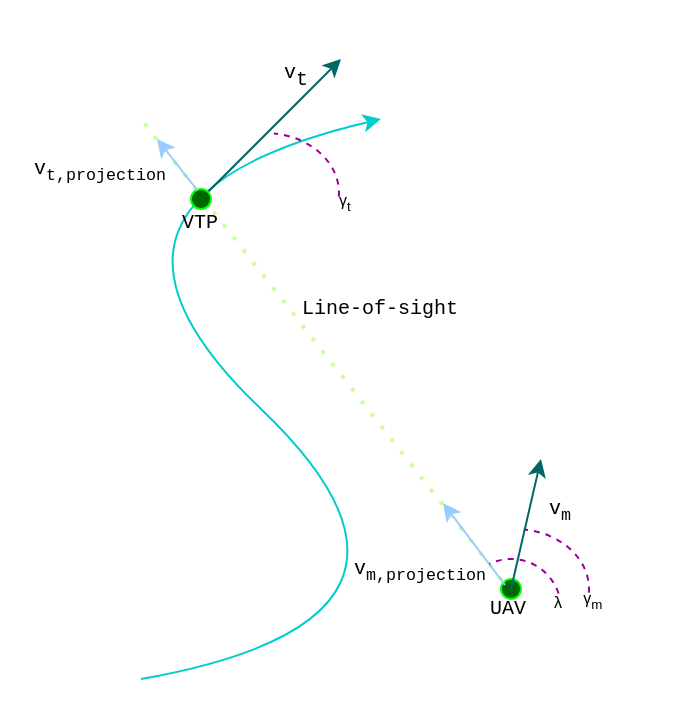
Earlier version of the draw.io diagram docs/src/vtp_angles.drawio (anujaya-seresinghe/trajectory-control-vtp-los-angle). Source tidied: cells renumbered, new cells numbered last; positions are measured from the earlier drawing's top-left corner, leaving out a move shared by most shapes. Both pictures are drawn from the tidied source at 200%, with x=0, y=0 at pixel (40, 44).
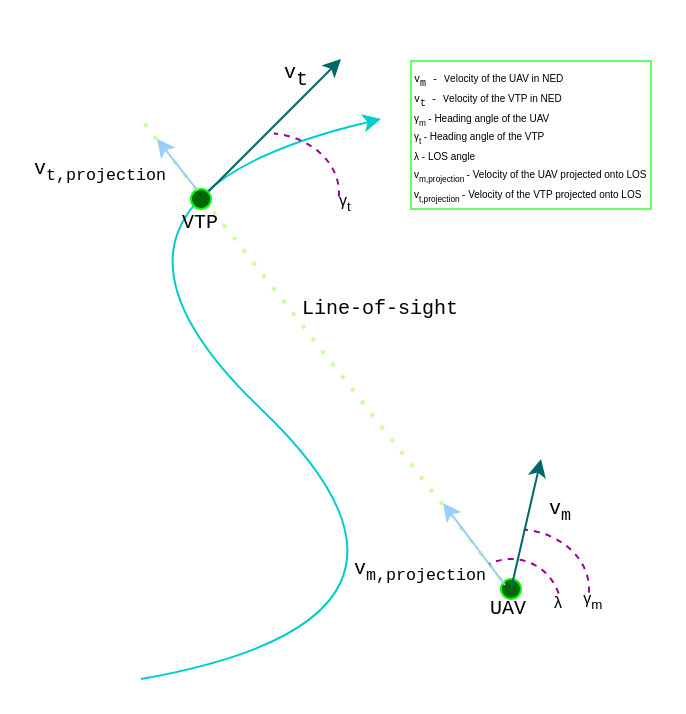
After the change.

Diff of the diagram source:
```diff
@@
+    <mxCell id="23" value="&lt;p style=&quot;line-height: 60%;&quot;&gt;&lt;font style=&quot;font-size: 5px;&quot;&gt;&lt;font style=&quot;&quot;&gt;&lt;span style=&quot;font-family: monospace; white-space: pre; line-height: 60%;&quot;&gt;v&lt;/span&gt;&lt;span style=&quot;white-space: pre; line-height: 60%;&quot;&gt;&lt;span style=&quot;font-family: monospace; vertical-align: sub; line-height: 60%;&quot;&gt;m &lt;/span&gt;&lt;span style=&quot;font-family: monospace; line-height: 60%;&quot;&gt;- V&lt;/span&gt;&lt;font style=&quot;line-height: 60%;&quot; face=&quot;Helvetica&quot;&gt;elocity of the UAV in NED&lt;/font&gt;&lt;span style=&quot;font-family: monospace; vertical-align: sub;&quot;&gt;&lt;br&gt;&lt;/span&gt;&lt;/span&gt;&lt;/font&gt;&lt;font style=&quot;&quot;&gt;&lt;font style=&quot;font-family: monospace; white-space: pre; line-height: 60%;&quot;&gt;v&lt;/font&gt;&lt;font style=&quot;font-family: monospace; white-space: pre;&quot;&gt;&lt;span&gt;&lt;span style=&quot;vertical-align: sub; line-height: 60%;&quot;&gt;t&lt;/span&gt;&lt;font style=&quot;line-height: 60%;&quot;&gt;&lt;sub style=&quot;line-height: 60%;&quot;&gt; &lt;/sub&gt;- V&lt;/font&gt;&lt;/span&gt;&lt;/font&gt;&lt;span style=&quot;white-space: pre; background-color: transparent; color: light-dark(rgb(0, 0, 0), rgb(255, 255, 255)); line-height: 60%;&quot;&gt;&lt;font face=&quot;Helvetica&quot;&gt;elocity of the VTP in NED&lt;/font&gt;&lt;font face=&quot;monospace&quot;&gt;&lt;br&gt;&lt;/font&gt;&lt;/span&gt;&lt;/font&gt;&lt;font face=&quot;Helvetica&quot; style=&quot;&quot;&gt;&lt;span class=&quot;rQesXe MPyX&quot; style=&quot;white-space: pre; margin: 0px; border-bottom: 0px rgb(238, 240, 255);&quot;&gt;&lt;span style=&quot;line-height: 60%;&quot;&gt;γ&lt;/span&gt;&lt;span style=&quot;line-height: 60%;&quot;&gt;&lt;span style=&quot;line-height: 60%;&quot;&gt;&lt;sub&gt;m &lt;/sub&gt;- &lt;/span&gt;&lt;font style=&quot;line-height: 60%;&quot;&gt;Heading angle of the UAV&lt;/font&gt;&lt;span style=&quot;vertical-align: sub;&quot;&gt;&lt;br&gt;&lt;/span&gt;&lt;/span&gt;&lt;/span&gt;&lt;/font&gt;&lt;span class=&quot;rQesXe MPyX&quot; style=&quot;white-space: pre; margin: 0px; border-bottom: 0px rgb(238, 240, 255);&quot;&gt;&lt;font face=&quot;Helvetica&quot; style=&quot;line-height: 60%;&quot;&gt;&lt;span class=&quot;rQesXe MPyX&quot; style=&quot;margin: 0px; border-bottom: 0px rgb(238, 240, 255);&quot;&gt;γ&lt;sub style=&quot;line-height: 60%;&quot;&gt;t &lt;/sub&gt;&lt;span style=&quot;line-height: 60%;&quot;&gt;- Heading angle of the VTP&lt;sub&gt;&lt;br&gt;&lt;/sub&gt;&lt;/span&gt;&lt;/span&gt;&lt;/font&gt;&lt;/span&gt;&lt;span class=&quot;rQesXe MPyX&quot; style=&quot;white-space: pre; margin: 0px; border-bottom: 0px rgb(238, 240, 255);&quot;&gt;&lt;span class=&quot;rQesXe MPyX&quot; style=&quot;margin: 0px; border-bottom: 0px rgb(238, 240, 255);&quot;&gt;&lt;font face=&quot;Helvetica&quot; style=&quot;line-height: 60%;&quot;&gt;λ - &lt;/font&gt;&lt;font face=&quot;Helvetica&quot;&gt;&lt;font style=&quot;line-height: 60%;&quot;&gt;LOS angle&lt;/font&gt;&lt;br&gt;&lt;/font&gt;&lt;/span&gt;&lt;/span&gt;&lt;span class=&quot;rQesXe MPyX&quot; style=&quot;white-space: pre; margin: 0px; border-bottom: 0px rgb(238, 240, 255);&quot;&gt;&lt;span class=&quot;rQesXe MPyX&quot; style=&quot;margin: 0px; border-bottom: 0px rgb(238, 240, 255);&quot;&gt;&lt;font face=&quot;Helvetica&quot; style=&quot;line-height: 60%;&quot;&gt;v&lt;sub style=&quot;line-height: 60%;&quot;&gt;m,projection &lt;/sub&gt;&lt;span style=&quot;line-height: 60%;&quot;&gt;- Velocity of the UAV projected onto LOS&lt;sub&gt;&lt;br&gt;&lt;/sub&gt;&lt;/span&gt;&lt;/font&gt;&lt;/span&gt;&lt;/span&gt;&lt;span class=&quot;rQesXe MPyX&quot; style=&quot;white-space: pre; margin: 0px; border-bottom: 0px rgb(238, 240, 255);&quot;&gt;&lt;span class=&quot;rQesXe MPyX&quot; style=&quot;margin: 0px; border-bottom: 0px rgb(238, 240, 255);&quot;&gt;&lt;font face=&quot;Helvetica&quot; style=&quot;line-height: 60%;&quot;&gt;v&lt;sub style=&quot;line-height: 60%;&quot;&gt;&lt;font style=&quot;&quot;&gt;t,projection&lt;/font&gt;&lt;/sub&gt;&lt;sub style=&quot;line-height: 60%;&quot;&gt; &lt;/sub&gt;&lt;span style=&quot;line-height: 60%;&quot;&gt;- &lt;font style=&quot;&quot;&gt;Velocity of the VTP projected onto LOS&lt;/font&gt;&lt;/span&gt;&lt;/font&gt;&lt;/span&gt;&lt;/span&gt;&lt;/font&gt;&lt;/p&gt;" style="text;html=1;whiteSpace=wrap;strokeColor=#66FF66;fillColor=none;align=left;verticalAlign=middle;rounded=0;" parent="1" vertex="1">
+      <mxGeometry x="185" y="8" width="120" height="74" as="geometry" />
+    </mxCell>
```
